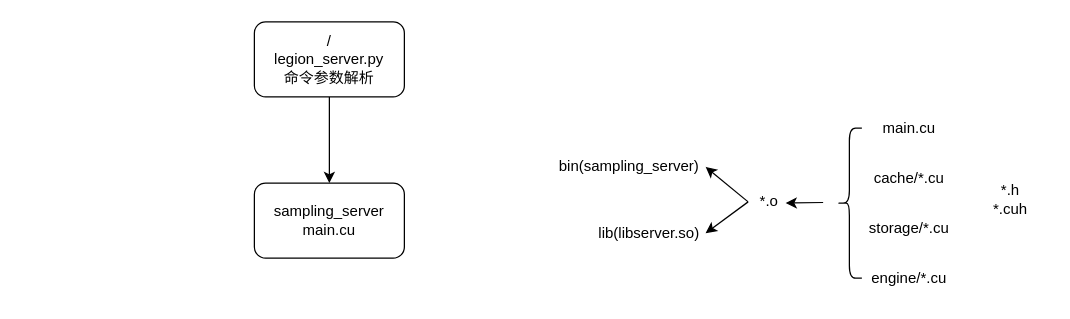
Above: legion.drawio in gaohongy/drawio (draw.io), before the change. Source tidied: cells renumbered, new cells numbered last; positions are measured from the earlier drawing's top-left corner, leaving out a move shared by most shapes. Both pictures are drawn from the tidied source at 125%, with x=0, y=0 at pixel (254, 21).
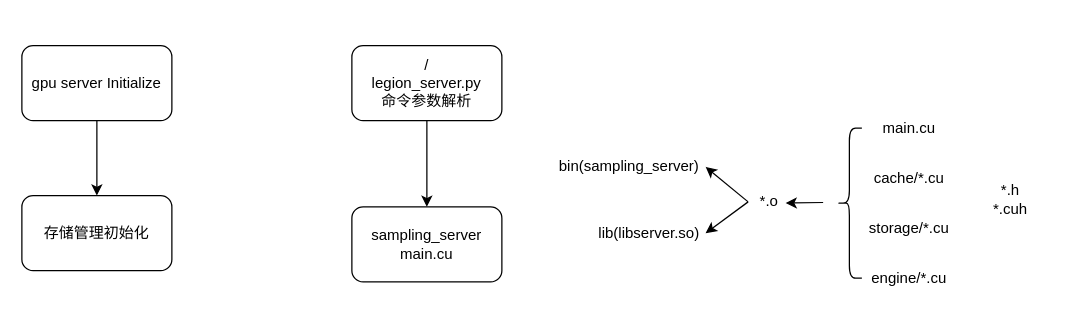
Above is the later version.

The edit, as a diff of the source:
```diff
@@
     <mxCell id="3" value="&lt;div&gt;/&lt;/div&gt;legion_server.py&lt;div&gt;命令参数解析&lt;/div&gt;" style="rounded=1;whiteSpace=wrap;html=1;" parent="1" vertex="1">
-      <mxGeometry width="120" height="60" as="geometry" />
+      <mxGeometry x="78" y="19" width="120" height="60" as="geometry" />
     </mxCell>
     <mxCell id="4" value="&lt;div&gt;&lt;span style=&quot;background-color: initial;&quot;&gt;sampling_server&lt;/span&gt;&lt;br&gt;&lt;/div&gt;&lt;div&gt;&lt;span style=&quot;background-color: initial;&quot;&gt;main.cu&lt;/span&gt;&lt;/div&gt;" style="rounded=1;whiteSpace=wrap;html=1;" parent="1" vertex="1">
-      <mxGeometry y="129" width="120" height="60" as="geometry" />
+      <mxGeometry x="78" y="148" width="120" height="60" as="geometry" />
     </mxCell>
@@
+    <mxCell id="17" style="edgeStyle=orthogonalEdgeStyle;rounded=0;jettySize=auto;html=1;exitX=0.5;exitY=1;exitDx=0;exitDy=0;" parent="1" edge="1" source="18" target="19">
+      <mxGeometry relative="1" as="geometry" />
+    </mxCell>
+    <mxCell id="18" value="gpu server&amp;nbsp;&lt;span style=&quot;background-color: initial;&quot;&gt;Initialize&lt;/span&gt;" style="rounded=1;whiteSpace=wrap;html=1;" parent="1" vertex="1">
+      <mxGeometry x="-186" y="19" width="120" height="60" as="geometry" />
+    </mxCell>
+    <mxCell id="19" value="存储管理初始化" style="rounded=1;whiteSpace=wrap;html=1;" parent="1" vertex="1">
+      <mxGeometry x="-186" y="139" width="120" height="60" as="geometry" />
+    </mxCell>
```
